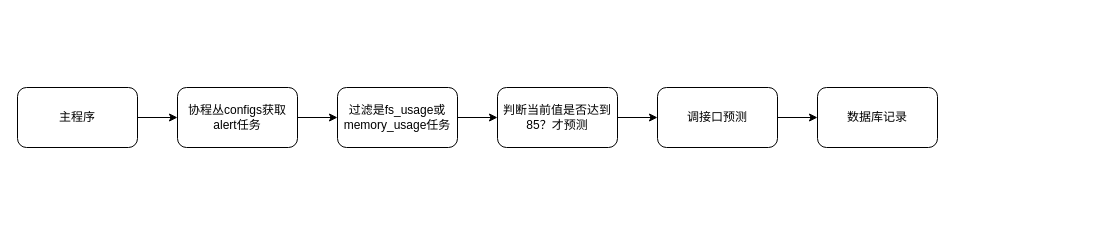
Above: predict.drawio in wupei-w/diagrams (draw.io), before the change. Source tidied: cells renumbered, new cells numbered last; positions are measured from the earlier drawing's top-left corner, leaving out a move shared by most shapes. Both pictures are drawn from the tidied source at 100%, with x=0, y=0 at pixel (17, 87).
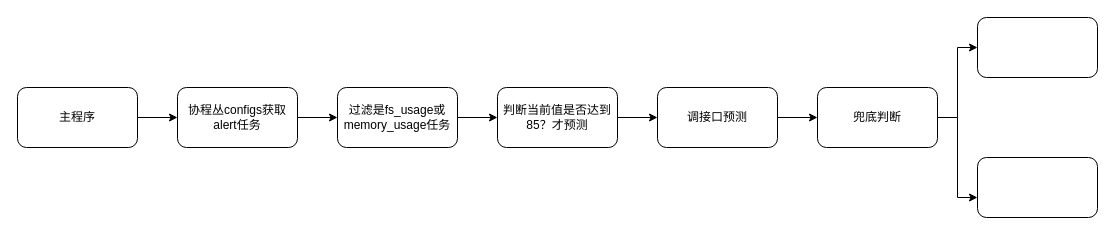
After the change.

What changed in the source:
```diff
@@
 <mxGraphModel>
   <root>
     <mxCell id="0" />
     <mxCell id="1" parent="0" />
     <mxCell id="2" style="edgeStyle=orthogonalEdgeStyle;rounded=0;jettySize=auto;html=1;" parent="1" edge="1" source="3" target="5">
       <mxGeometry relative="1" as="geometry" />
     </mxCell>
     <mxCell id="3" value="主程序" style="rounded=1;whiteSpace=wrap;html=1;" parent="1" vertex="1">
       <mxGeometry width="120" height="60" as="geometry" />
     </mxCell>
     <mxCell id="4" style="edgeStyle=orthogonalEdgeStyle;rounded=0;jettySize=auto;html=1;" parent="1" edge="1" source="5" target="7">
       <mxGeometry relative="1" as="geometry" />
     </mxCell>
     <mxCell id="5" value="协程丛configs获取alert任务" style="rounded=1;whiteSpace=wrap;html=1;" parent="1" vertex="1">
       <mxGeometry x="160" width="120" height="60" as="geometry" />
     </mxCell>
     <mxCell id="6" style="edgeStyle=orthogonalEdgeStyle;rounded=0;jettySize=auto;html=1;" parent="1" edge="1" source="7" target="12">
       <mxGeometry relative="1" as="geometry" />
     </mxCell>
     <mxCell id="7" value="过滤是fs_usage或memory_usage任务" style="whiteSpace=wrap;html=1;rounded=1;" parent="1" vertex="1">
       <mxGeometry x="320" width="120" height="60" as="geometry" />
     </mxCell>
-    <mxCell id="8" style="edgeStyle=orthogonalEdgeStyle;rounded=0;jettySize=auto;html=1;" parent="1" edge="1" source="9" target="10">
-      <mxGeometry relative="1" as="geometry" />
-    </mxCell>
+    <mxCell id="13" style="edgeStyle=orthogonalEdgeStyle;rounded=0;jettySize=auto;html=1;" parent="1" edge="1" source="9" target="16">
+      <mxGeometry relative="1" as="geometry" />
+    </mxCell>
     <mxCell id="9" value="调接口预测" style="rounded=1;whiteSpace=wrap;html=1;" parent="1" vertex="1">
       <mxGeometry x="640" width="120" height="60" as="geometry" />
     </mxCell>
-    <mxCell id="10" value="数据库记录" style="rounded=1;whiteSpace=wrap;html=1;" parent="1" vertex="1">
-      <mxGeometry x="800" width="120" height="60" as="geometry" />
-    </mxCell>
     <mxCell id="11" style="edgeStyle=orthogonalEdgeStyle;rounded=0;jettySize=auto;html=1;" parent="1" edge="1" source="12" target="9">
       <mxGeometry relative="1" as="geometry" />
     </mxCell>
     <mxCell id="12" value="判断当前值是否达到85？才预测" style="rounded=1;whiteSpace=wrap;html=1;" parent="1" vertex="1">
       <mxGeometry x="480" width="120" height="60" as="geometry" />
     </mxCell>
+    <mxCell id="14" style="edgeStyle=orthogonalEdgeStyle;rounded=0;jettySize=auto;html=1;entryX=0;entryY=0.5;entryDx=0;entryDy=0;" parent="1" edge="1" source="16" target="17">
+      <mxGeometry relative="1" as="geometry" />
+    </mxCell>
+    <mxCell id="15" style="edgeStyle=orthogonalEdgeStyle;rounded=0;jettySize=auto;html=1;exitX=1;exitY=0.5;exitDx=0;exitDy=0;entryX=0;entryY=0.667;entryDx=0;entryDy=0;entryPerimeter=0;" parent="1" edge="1" source="16" target="18">
+      <mxGeometry relative="1" as="geometry" />
+    </mxCell>
+    <mxCell id="16" value="兜底判断" style="rounded=1;whiteSpace=wrap;html=1;" parent="1" vertex="1">
+      <mxGeometry x="800" width="120" height="60" as="geometry" />
+    </mxCell>
+    <mxCell id="17" style="rounded=1;whiteSpace=wrap;html=1;" parent="1" vertex="1">
+      <mxGeometry x="960" y="-70" width="120" height="60" as="geometry" />
+    </mxCell>
+    <mxCell id="18" style="rounded=1;whiteSpace=wrap;html=1;" parent="1" vertex="1">
+      <mxGeometry x="960" y="70" width="120" height="60" as="geometry" />
+    </mxCell>
   </root>
 </mxGraphModel>
```
